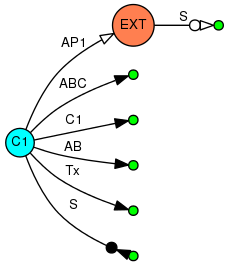
The Graphviz diagram doc/figures/CompactedEMT_2.png in WZhaoKe/aegpwb, before a commit. Its source is kept beside it as doc/figures/src/CompactedEMT_2.dot.
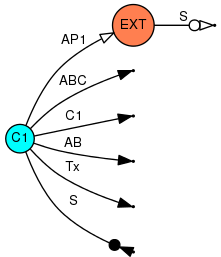
The same file after the commit.

Diff of the diagram source:
```diff
@@ -5,17 +5,17 @@
 	edge [ fontname = "Helvetica" , forcelabels= true , fontsize = 10 ];
 	"EXT" [shape=circle , regular=1, style=filled , fillcolor=coral ];
 	"C1" [ shape=circle fillcolor=cyan ];
-"REF2" [shape=circle , label ="", width=0.1 , height=0.1, regular=1, style=filled , fillcolor=green ];
+"REF2" [shape=point , label ="", width=0.02 , height=0.02, regular=1, style=filled , fillcolor=black ];
 	C1 -> REF2 [ label = "ABC" , arrowhead = "normal" ];
-"REF1" [shape=circle , label ="", width=0.1 , height=0.1, regular=1, style=filled , fillcolor=green ];
+"REF1" [shape=point , label ="", width=0.02 , height=0.02, regular=1, style=filled , fillcolor=black ];
 	C1 -> REF1 [ label = "C1" , arrowhead = "normal" ];
-"REF3" [shape=circle , label ="", width=0.1 , height=0.1, regular=1, style=filled , fillcolor=green ];
+"REF3" [shape=point , label ="", width=0.02 , height=0.02, regular=1, style=filled , fillcolor=black ];
 	C1 -> REF3 [ label = "AB" , arrowhead = "normal" ];
 	C1 -> EXT [ label = "AP1" , arrowhead = "empty" ];
-"REF4" [shape=circle , label ="", width=0.1 , height=0.1, regular=1, style=filled , fillcolor=green ];
+"REF4" [shape=point , label ="", width=0.02 , height=0.02, regular=1, style=filled , fillcolor=black ];
 	EXT -> REF4 [ label = "S" , arrowhead = "emptyodot" ];
-"REF5" [shape=circle , label ="", width=0.1 , height=0.1, regular=1, style=filled , fillcolor=green ];
+"REF5" [shape=point , label ="", width=0.02 , height=0.02, regular=1, style=filled , fillcolor=black ];
 	C1 -> REF5 [ label = "Tx" , arrowhead = "normal" ];
-"REF7" [shape=circle , label ="", width=0.1 , height=0.1, regular=1, style=filled , fillcolor=green ];
+"REF7" [shape=point , label ="", width=0.02 , height=0.02, regular=1, style=filled , fillcolor=black ];
 	C1 -> REF7 [ label = "S" , arrowhead = "invdot" ];
 }
```
